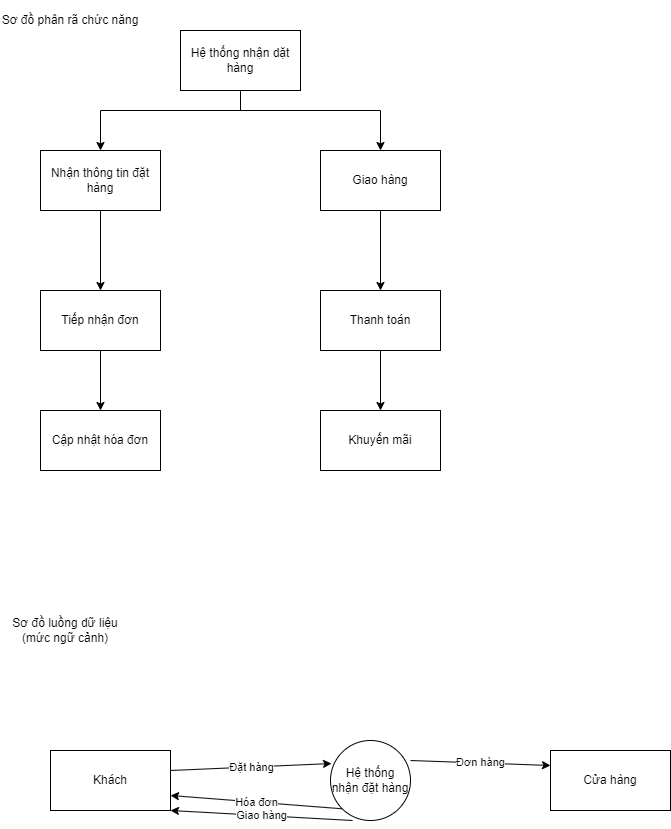
This is DFD3.png from InfiniteByte1811/branch1, a draw.io export, as it was before one commit. Source tidied: cells renumbered, new cells last; positions are measured from the earlier drawing's top-left corner, leaving out a move shared by most shapes.
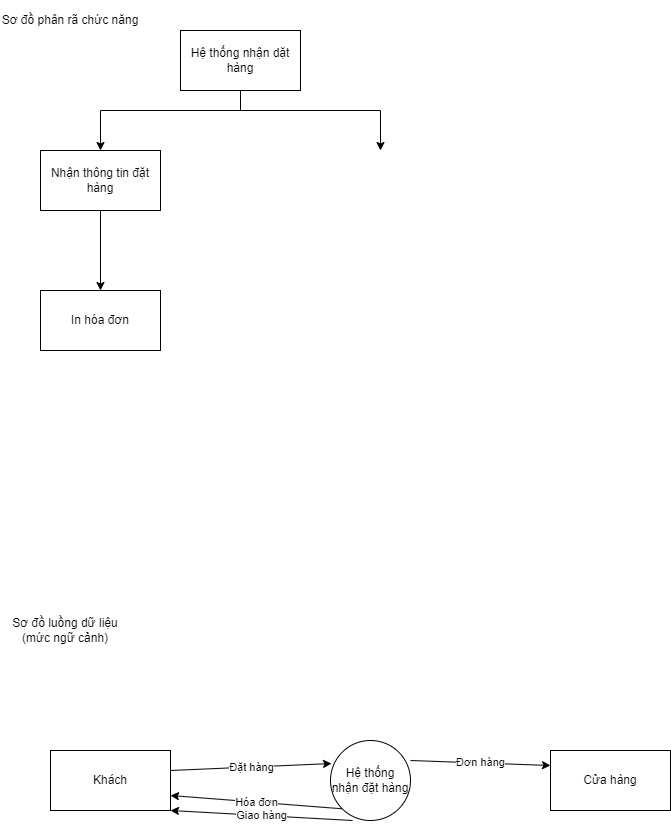
The same file after the commit.

Commit message:
Cập nhật DFD3.png

The edit, as a diff of the source:
```diff
@@ -13,8 +13,9 @@
         </Array>
       </mxGeometry>
     </mxCell>
-    <mxCell id="4" style="edgeStyle=orthogonalEdgeStyle;rounded=0;jettySize=auto;html=1;entryX=0.5;entryY=0;entryDx=0;entryDy=0;" parent="1" edge="1" source="5" target="14">
+    <mxCell id="4" style="edgeStyle=orthogonalEdgeStyle;rounded=0;jettySize=auto;html=1;entryX=0.5;entryY=0;entryDx=0;entryDy=0;" parent="1" edge="1" source="5">
       <mxGeometry relative="1" as="geometry">
+        <mxPoint x="380" y="150" as="targetPoint" />
         <Array as="points">
           <mxPoint x="240" y="110" />
           <mxPoint x="380" y="110" />
@@ -24,36 +25,14 @@
     <mxCell id="5" value="Hệ thống nhận dặt hàng" style="rounded=0;whiteSpace=wrap;html=1;" parent="1" vertex="1">
       <mxGeometry x="180" y="30" width="120" height="60" as="geometry" />
     </mxCell>
-    <mxCell id="6" style="edgeStyle=orthogonalEdgeStyle;rounded=0;jettySize=auto;html=1;entryX=0.5;entryY=0;entryDx=0;entryDy=0;" parent="1" edge="1" source="7" target="11">
-      <mxGeometry relative="1" as="geometry" />
+    <mxCell id="6" style="edgeStyle=orthogonalEdgeStyle;rounded=0;jettySize=auto;html=1;entryX=0.5;entryY=0;entryDx=0;entryDy=0;" parent="1" edge="1" source="7">
+      <mxGeometry relative="1" as="geometry">
+        <mxPoint x="100" y="290" as="targetPoint" />
+      </mxGeometry>
     </mxCell>
     <mxCell id="7" value="Nhận thông tin đặt hàng" style="rounded=0;whiteSpace=wrap;html=1;" parent="1" vertex="1">
       <mxGeometry x="40" y="150" width="120" height="60" as="geometry" />
     </mxCell>
-    <mxCell id="8" style="edgeStyle=orthogonalEdgeStyle;rounded=0;jettySize=auto;html=1;entryX=0.5;entryY=0;entryDx=0;entryDy=0;" parent="1" edge="1" source="9" target="12">
-      <mxGeometry relative="1" as="geometry" />
-    </mxCell>
-    <mxCell id="9" value="Thanh toán" style="rounded=0;whiteSpace=wrap;html=1;" parent="1" vertex="1">
-      <mxGeometry x="320" y="290" width="120" height="60" as="geometry" />
-    </mxCell>
-    <mxCell id="10" style="edgeStyle=orthogonalEdgeStyle;rounded=0;jettySize=auto;html=1;entryX=0.5;entryY=0;entryDx=0;entryDy=0;" parent="1" edge="1" source="11" target="15">
-      <mxGeometry relative="1" as="geometry" />
-    </mxCell>
-    <mxCell id="11" value="Tiếp nhận đơn" style="rounded=0;whiteSpace=wrap;html=1;" parent="1" vertex="1">
-      <mxGeometry x="40" y="290" width="120" height="60" as="geometry" />
-    </mxCell>
-    <mxCell id="12" value="Khuyến mãi" style="rounded=0;whiteSpace=wrap;html=1;" parent="1" vertex="1">
-      <mxGeometry x="320" y="410" width="120" height="60" as="geometry" />
-    </mxCell>
-    <mxCell id="13" style="edgeStyle=orthogonalEdgeStyle;rounded=0;jettySize=auto;html=1;entryX=0.5;entryY=0;entryDx=0;entryDy=0;" parent="1" edge="1" source="14" target="9">
-      <mxGeometry relative="1" as="geometry" />
-    </mxCell>
-    <mxCell id="14" value="Giao hàng" style="rounded=0;whiteSpace=wrap;html=1;" parent="1" vertex="1">
-      <mxGeometry x="320" y="150" width="120" height="60" as="geometry" />
-    </mxCell>
-    <mxCell id="15" value="Cập nhật hóa đơn" style="rounded=0;whiteSpace=wrap;html=1;" parent="1" vertex="1">
-      <mxGeometry x="40" y="410" width="120" height="60" as="geometry" />
-    </mxCell>
     <mxCell id="16" value="Sơ đồ luồng dữ liệu (mức ngữ cảnh)" style="text;html=1;strokeColor=none;fillColor=none;align=center;verticalAlign=middle;whiteSpace=wrap;rounded=0;" parent="1" vertex="1">
       <mxGeometry y="600" width="130" height="60" as="geometry" />
     </mxCell>
@@ -82,5 +61,8 @@
     <mxCell id="23" value="Giao hàng" style="endArrow=classic;html=1;rounded=0;entryX=1;entryY=1;entryDx=0;entryDy=0;exitX=0.275;exitY=1;exitDx=0;exitDy=0;exitPerimeter=0;" parent="1" edge="1" source="19" target="18">
       <mxGeometry relative="1" as="geometry" />
     </mxCell>
+    <mxCell id="24" value="In hóa đơn" style="rounded=0;whiteSpace=wrap;html=1;" parent="1" vertex="1">
+      <mxGeometry x="40" y="290" width="120" height="60" as="geometry" />
+    </mxCell>
   </root>
 </mxGraphModel>
```
